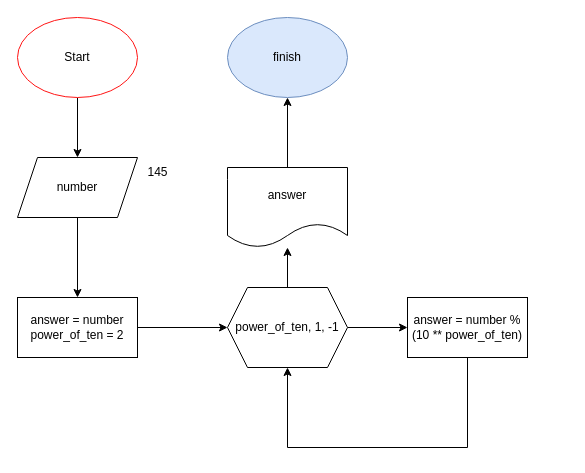
This is page "Page-6" (6 of 14) of block-schemes.drawio from yourenoticed/gb, a draw.io file, before an edit. Source tidied: cells renumbered, new cells numbered last; positions are measured from the earlier drawing's top-left corner, leaving out a move shared by most shapes. Both pictures are drawn from the tidied source at 100%, with x=0, y=0 at pixel (17, 17).
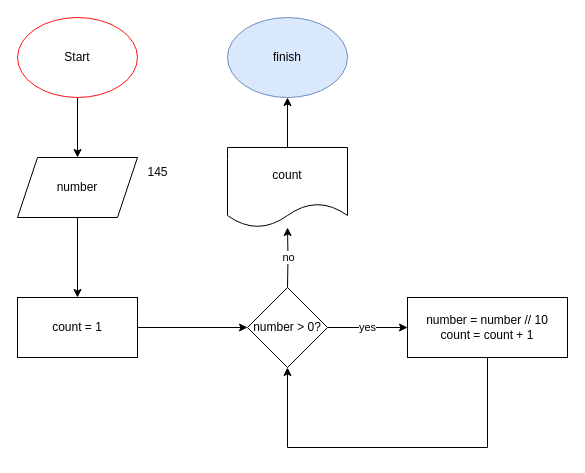
The same page after the edit.

Diff of the diagram source:
```diff
@@
 <mxGraphModel>
   <root>
     <mxCell id="0" />
     <mxCell id="1" parent="0" />
     <mxCell id="2" style="edgeStyle=orthogonalEdgeStyle;rounded=0;jettySize=auto;html=1;" parent="1" edge="1" source="3" target="5">
       <mxGeometry relative="1" as="geometry" />
     </mxCell>
     <mxCell id="3" value="Start" style="ellipse;whiteSpace=wrap;html=1;strokeColor=#FF1414;" parent="1" vertex="1">
       <mxGeometry width="120" height="80" as="geometry" />
     </mxCell>
     <mxCell id="4" style="edgeStyle=orthogonalEdgeStyle;rounded=0;jettySize=auto;html=1;" parent="1" edge="1" source="5" target="7">
       <mxGeometry relative="1" as="geometry" />
     </mxCell>
     <mxCell id="5" value="number" style="shape=parallelogram;perimeter=parallelogramPerimeter;whiteSpace=wrap;html=1;fixedSize=1;" parent="1" vertex="1">
       <mxGeometry y="140" width="120" height="60" as="geometry" />
     </mxCell>
-    <mxCell id="6" style="edgeStyle=orthogonalEdgeStyle;rounded=0;jettySize=auto;html=1;" parent="1" edge="1" source="7" target="10">
+    <mxCell id="6" style="edgeStyle=orthogonalEdgeStyle;rounded=0;jettySize=auto;html=1;entryX=0;entryY=0.5;entryDx=0;entryDy=0;" parent="1" edge="1" source="7" target="17">
       <mxGeometry relative="1" as="geometry" />
     </mxCell>
-    <mxCell id="7" value="answer = number&lt;br&gt;power_of_ten = 2" style="whiteSpace=wrap;html=1;" parent="1" vertex="1">
+    <mxCell id="7" value="count = 1" style="whiteSpace=wrap;html=1;" parent="1" vertex="1">
       <mxGeometry y="280" width="120" height="60" as="geometry" />
     </mxCell>
-    <mxCell id="8" style="edgeStyle=orthogonalEdgeStyle;rounded=0;jettySize=auto;html=1;" parent="1" edge="1" source="10" target="12">
+    <mxCell id="8" value="yes" style="edgeStyle=orthogonalEdgeStyle;rounded=0;jettySize=auto;html=1;exitX=1;exitY=0.5;exitDx=0;exitDy=0;" parent="1" edge="1" source="17" target="12">
       <mxGeometry relative="1" as="geometry" />
     </mxCell>
-    <mxCell id="9" style="edgeStyle=orthogonalEdgeStyle;rounded=0;jettySize=auto;html=1;" parent="1" edge="1" source="10" target="15">
-      <mxGeometry relative="1" as="geometry" />
+    <mxCell id="9" value="no" style="edgeStyle=orthogonalEdgeStyle;rounded=0;jettySize=auto;html=1;" parent="1" edge="1" target="15">
+      <mxGeometry relative="1" as="geometry">
+        <mxPoint x="270" y="270" as="sourcePoint" />
+      </mxGeometry>
     </mxCell>
-    <mxCell id="10" value="power_of_ten, 1, -1" style="shape=hexagon;perimeter=hexagonPerimeter2;whiteSpace=wrap;html=1;fixedSize=1;" parent="1" vertex="1">
-      <mxGeometry x="210" y="270" width="120" height="80" as="geometry" />
-    </mxCell>
     <mxCell id="11" value="145" style="text;html=1;align=center;verticalAlign=middle;strokeColor=none;fillColor=none;" parent="1" vertex="1">
       <mxGeometry x="120" y="140" width="40" height="30" as="geometry" />
     </mxCell>
-    <mxCell id="12" value="answer = number % (10 ** power_of_ten)" style="rounded=0;whiteSpace=wrap;html=1;" parent="1" vertex="1">
-      <mxGeometry x="390" y="280" width="120" height="60" as="geometry" />
+    <mxCell id="12" value="number = number // 10&lt;br&gt;count = count + 1" style="rounded=0;whiteSpace=wrap;html=1;" parent="1" vertex="1">
+      <mxGeometry x="390" y="280" width="160" height="60" as="geometry" />
     </mxCell>
-    <mxCell id="13" style="endArrow=classic;html=1;rounded=0;exitX=0.5;exitY=1;exitDx=0;exitDy=0;entryX=0.5;entryY=1;entryDx=0;entryDy=0;" parent="1" edge="1" source="12" target="10">
+    <mxCell id="13" style="endArrow=classic;html=1;rounded=0;exitX=0.5;exitY=1;exitDx=0;exitDy=0;entryX=0.5;entryY=1;entryDx=0;entryDy=0;" parent="1" edge="1" source="12">
       <mxGeometry relative="1" as="geometry">
+        <mxPoint x="270" y="350" as="targetPoint" />
         <Array as="points">
-          <mxPoint x="450" y="430" />
+          <mxPoint x="470" y="430" />
           <mxPoint x="270" y="430" />
         </Array>
       </mxGeometry>
     </mxCell>
     <mxCell id="14" style="edgeStyle=orthogonalEdgeStyle;rounded=0;jettySize=auto;html=1;" parent="1" edge="1" source="15" target="16">
       <mxGeometry relative="1" as="geometry" />
     </mxCell>
-    <mxCell id="15" value="answer" style="shape=document;whiteSpace=wrap;html=1;boundedLbl=1;" parent="1" vertex="1">
-      <mxGeometry x="210" y="150" width="120" height="80" as="geometry" />
+    <mxCell id="15" value="count" style="shape=document;whiteSpace=wrap;html=1;boundedLbl=1;" parent="1" vertex="1">
+      <mxGeometry x="210" y="130" width="120" height="80" as="geometry" />
     </mxCell>
     <mxCell id="16" value="finish" style="ellipse;whiteSpace=wrap;html=1;fillColor=#dae8fc;strokeColor=#6c8ebf;" parent="1" vertex="1">
       <mxGeometry x="210" width="120" height="80" as="geometry" />
     </mxCell>
+    <mxCell id="17" value="number &amp;gt; 0?" style="rhombus;whiteSpace=wrap;html=1;" parent="1" vertex="1">
+      <mxGeometry x="230" y="270" width="80" height="80" as="geometry" />
+    </mxCell>
   </root>
 </mxGraphModel>
```
